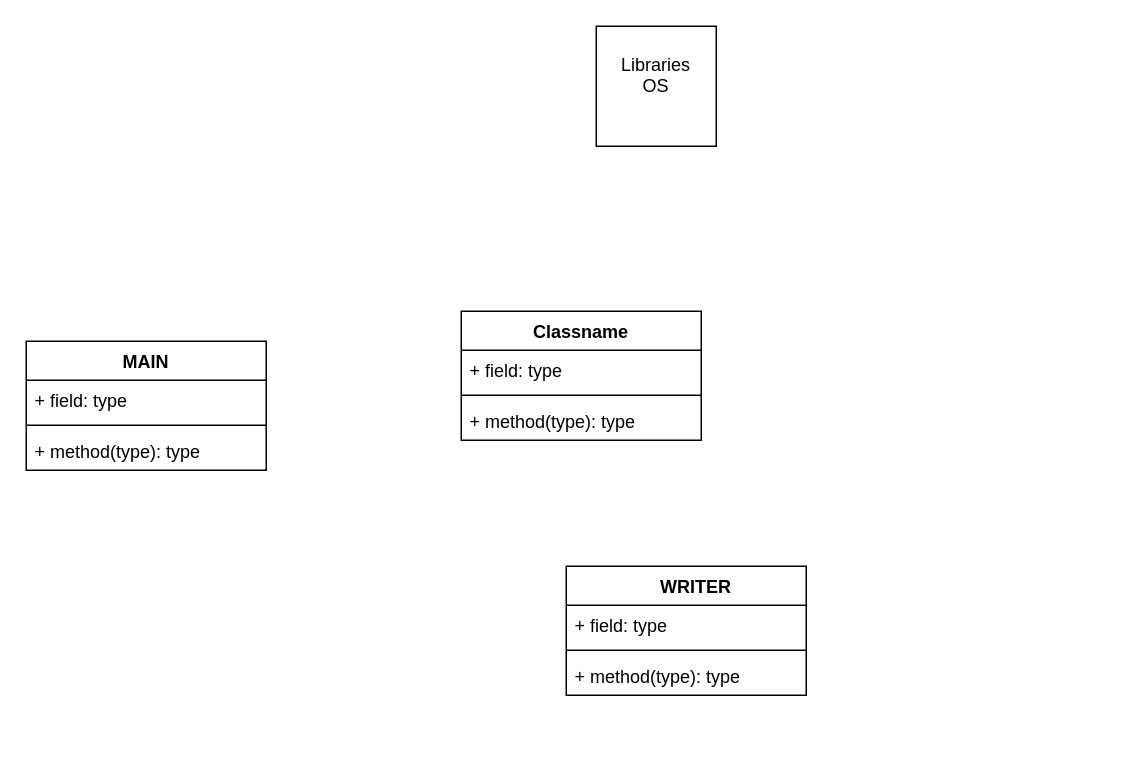
The draw.io diagram page "Page-1" (1 of 2) of Documentation/Traffic-bot.drawio in aj-tap/OCTO, before the edit. Source tidied: cells renumbered, new cells numbered last; positions are measured from the earlier drawing's top-left corner, leaving out a move shared by most shapes. Both pictures are drawn from the tidied source at 150%, with x=0, y=0 at pixel (26, 26).
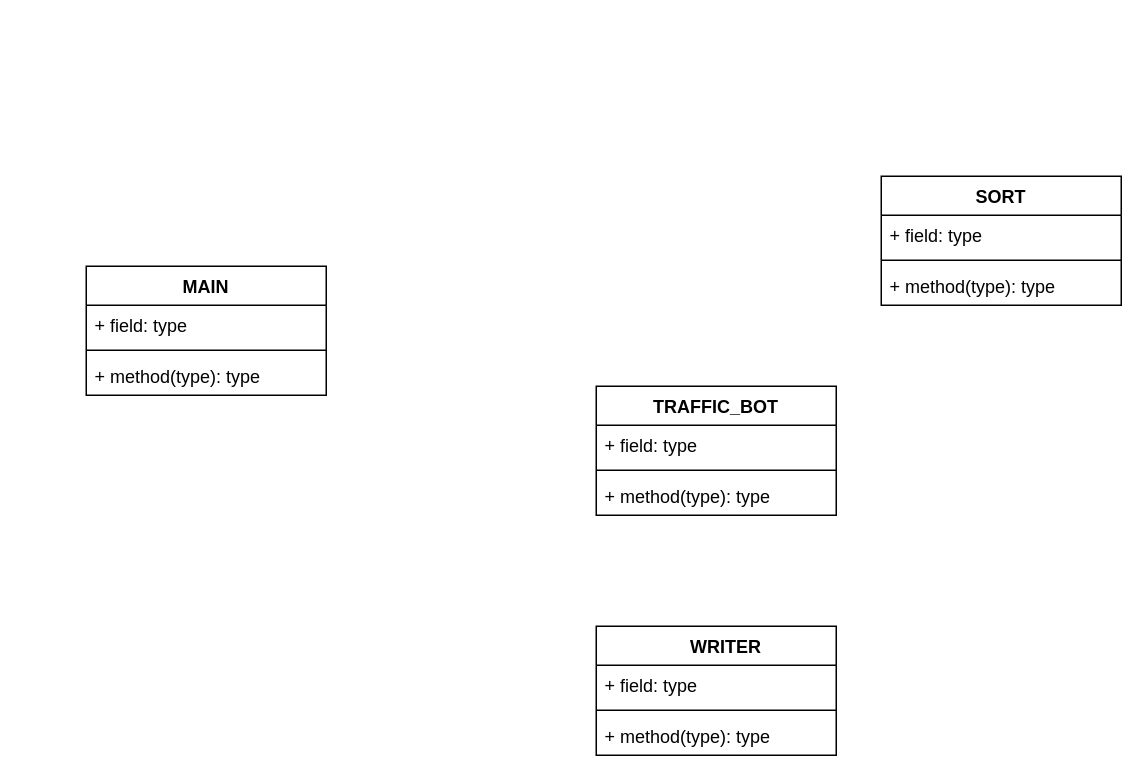
After the change.

Diff of the diagram source:
```diff
@@
 <mxGraphModel>
   <root>
     <mxCell id="0" />
     <mxCell id="1" parent="0" />
-    <mxCell id="2" value="&lt;div&gt;Libraries&lt;/div&gt;&lt;div&gt;OS&lt;/div&gt;&lt;div&gt;&lt;br&gt;&lt;/div&gt;" style="whiteSpace=wrap;html=1;" parent="1" vertex="1">
-      <mxGeometry x="380" width="80" height="80" as="geometry" />
-    </mxCell>
     <mxCell id="3" value="    WRITER" style="swimlane;fontStyle=1;align=center;verticalAlign=top;horizontal=1;startSize=26;" parent="1" vertex="1">
-      <mxGeometry x="360" y="360" width="160" height="86" as="geometry" />
+      <mxGeometry x="380" y="400" width="160" height="86" as="geometry" />
     </mxCell>
     <mxCell id="4" value="+ field: type" style="text;strokeColor=none;fillColor=none;align=left;verticalAlign=top;spacingLeft=4;spacingRight=4;overflow=hidden;" parent="3" vertex="1">
       <mxGeometry y="26" width="160" height="26" as="geometry" />
     </mxCell>
     <mxCell id="5" style="line;strokeWidth=1;fillColor=none;align=left;verticalAlign=middle;spacingTop=-1;spacingLeft=3;spacingRight=3;labelPosition=right;" parent="3" vertex="1">
       <mxGeometry y="52" width="160" height="8" as="geometry" />
     </mxCell>
     <mxCell id="6" value="+ method(type): type" style="text;strokeColor=none;fillColor=none;align=left;verticalAlign=top;spacingLeft=4;spacingRight=4;overflow=hidden;" parent="3" vertex="1">
       <mxGeometry y="60" width="160" height="26" as="geometry" />
     </mxCell>
     <mxCell id="7" value="MAIN" style="swimlane;fontStyle=1;align=center;verticalAlign=top;horizontal=1;startSize=26;" parent="1" vertex="1">
-      <mxGeometry y="210" width="160" height="86" as="geometry" />
+      <mxGeometry x="40" y="160" width="160" height="86" as="geometry" />
     </mxCell>
     <mxCell id="8" value="+ field: type" style="text;strokeColor=none;fillColor=none;align=left;verticalAlign=top;spacingLeft=4;spacingRight=4;overflow=hidden;" parent="7" vertex="1">
       <mxGeometry y="26" width="160" height="26" as="geometry" />
     </mxCell>
     <mxCell id="9" style="line;strokeWidth=1;fillColor=none;align=left;verticalAlign=middle;spacingTop=-1;spacingLeft=3;spacingRight=3;labelPosition=right;" parent="7" vertex="1">
       <mxGeometry y="52" width="160" height="8" as="geometry" />
     </mxCell>
     <mxCell id="10" value="+ method(type): type" style="text;strokeColor=none;fillColor=none;align=left;verticalAlign=top;spacingLeft=4;spacingRight=4;overflow=hidden;" parent="7" vertex="1">
       <mxGeometry y="60" width="160" height="26" as="geometry" />
     </mxCell>
-    <mxCell id="11" value="Classname" style="swimlane;fontStyle=1;align=center;verticalAlign=top;horizontal=1;startSize=26;" parent="1" vertex="1">
-      <mxGeometry x="290" y="190" width="160" height="86" as="geometry" />
+    <mxCell id="11" value="SORT" style="swimlane;fontStyle=1;align=center;verticalAlign=top;horizontal=1;startSize=26;" parent="1" vertex="1">
+      <mxGeometry x="570" y="100" width="160" height="86" as="geometry" />
     </mxCell>
     <mxCell id="12" value="+ field: type" style="text;strokeColor=none;fillColor=none;align=left;verticalAlign=top;spacingLeft=4;spacingRight=4;overflow=hidden;" parent="11" vertex="1">
       <mxGeometry y="26" width="160" height="26" as="geometry" />
     </mxCell>
     <mxCell id="13" style="line;strokeWidth=1;fillColor=none;align=left;verticalAlign=middle;spacingTop=-1;spacingLeft=3;spacingRight=3;labelPosition=right;" parent="11" vertex="1">
       <mxGeometry y="52" width="160" height="8" as="geometry" />
     </mxCell>
     <mxCell id="14" value="+ method(type): type" style="text;strokeColor=none;fillColor=none;align=left;verticalAlign=top;spacingLeft=4;spacingRight=4;overflow=hidden;" parent="11" vertex="1">
       <mxGeometry y="60" width="160" height="26" as="geometry" />
     </mxCell>
+    <mxCell id="15" value="TRAFFIC_BOT" style="swimlane;fontStyle=1;align=center;verticalAlign=top;horizontal=1;startSize=26;" parent="1" vertex="1">
+      <mxGeometry x="380" y="240" width="160" height="86" as="geometry" />
+    </mxCell>
+    <mxCell id="16" value="+ field: type" style="text;strokeColor=none;fillColor=none;align=left;verticalAlign=top;spacingLeft=4;spacingRight=4;overflow=hidden;" parent="15" vertex="1">
+      <mxGeometry y="26" width="160" height="26" as="geometry" />
+    </mxCell>
+    <mxCell id="17" style="line;strokeWidth=1;fillColor=none;align=left;verticalAlign=middle;spacingTop=-1;spacingLeft=3;spacingRight=3;labelPosition=right;" parent="15" vertex="1">
+      <mxGeometry y="52" width="160" height="8" as="geometry" />
+    </mxCell>
+    <mxCell id="18" value="+ method(type): type" style="text;strokeColor=none;fillColor=none;align=left;verticalAlign=top;spacingLeft=4;spacingRight=4;overflow=hidden;" parent="15" vertex="1">
+      <mxGeometry y="60" width="160" height="26" as="geometry" />
+    </mxCell>
   </root>
 </mxGraphModel>
```
